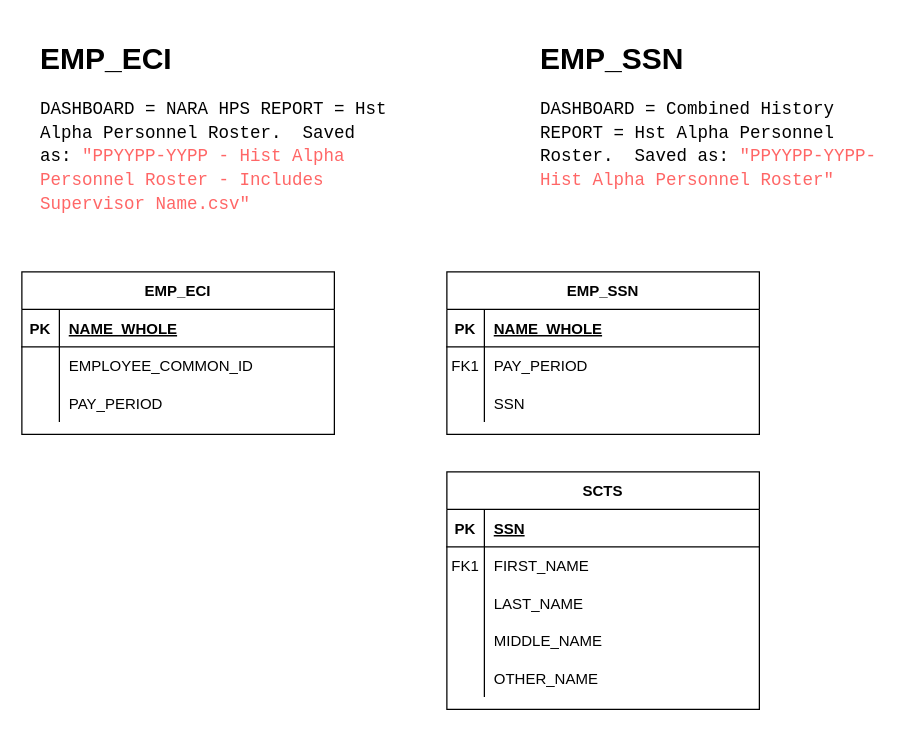
jobian-ai/Hello-World keeps this draw.io diagram as Untitled Diagram.drawio. Above is the earlier version. Source tidied: cells renumbered, new cells numbered last; positions are measured from the earlier drawing's top-left corner, leaving out a move shared by most shapes. Both pictures are drawn from the tidied source at 125%, with x=0, y=0 at pixel (21, 34).
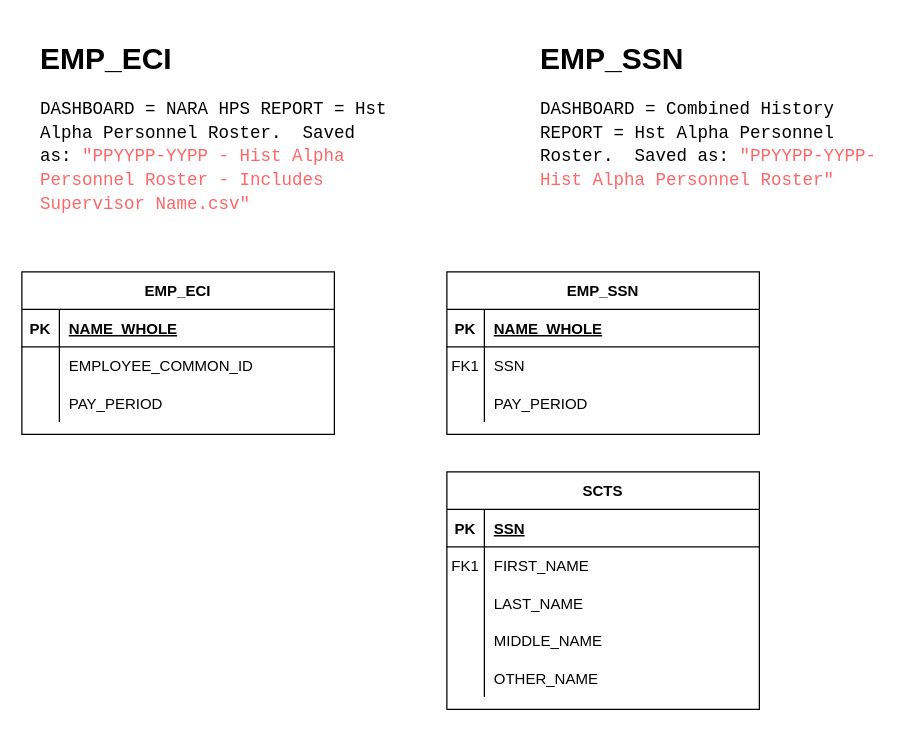
The same diagram, later.

Unchanged cells that the change refers to:
```xml
<mxCell id="6" style="shape=partialRectangle;fillColor=none;top=0;left=0;right=0;bottom=0;" parent="2" vertex="1">
  <mxGeometry y="60" width="250" height="30" as="geometry" />
</mxCell>
<mxCell id="9" style="shape=partialRectangle;fillColor=none;top=0;left=0;right=0;bottom=0;" parent="2" vertex="1">
  <mxGeometry y="90" width="250" height="30" as="geometry" />
</mxCell>
```

Change to the diagram source:
```diff
@@
-    <mxCell id="8" value="PAY_PERIOD" style="shape=partialRectangle;overflow=hidden;fillColor=none;top=0;left=0;bottom=0;right=0;align=left;spacingLeft=6;" parent="6" vertex="1">
+    <mxCell id="8" value="SSN" style="shape=partialRectangle;overflow=hidden;fillColor=none;top=0;left=0;bottom=0;right=0;align=left;spacingLeft=6;" parent="6" vertex="1">
       <mxGeometry x="30" width="220" height="30" as="geometry" />
     </mxCell>
@@
-    <mxCell id="11" value="SSN" style="shape=partialRectangle;overflow=hidden;fillColor=none;top=0;left=0;bottom=0;right=0;align=left;spacingLeft=6;" parent="9" vertex="1">
+    <mxCell id="11" value="PAY_PERIOD" style="shape=partialRectangle;overflow=hidden;fillColor=none;top=0;left=0;bottom=0;right=0;align=left;spacingLeft=6;" parent="9" vertex="1">
       <mxGeometry x="30" width="220" height="30" as="geometry" />
     </mxCell>
```
